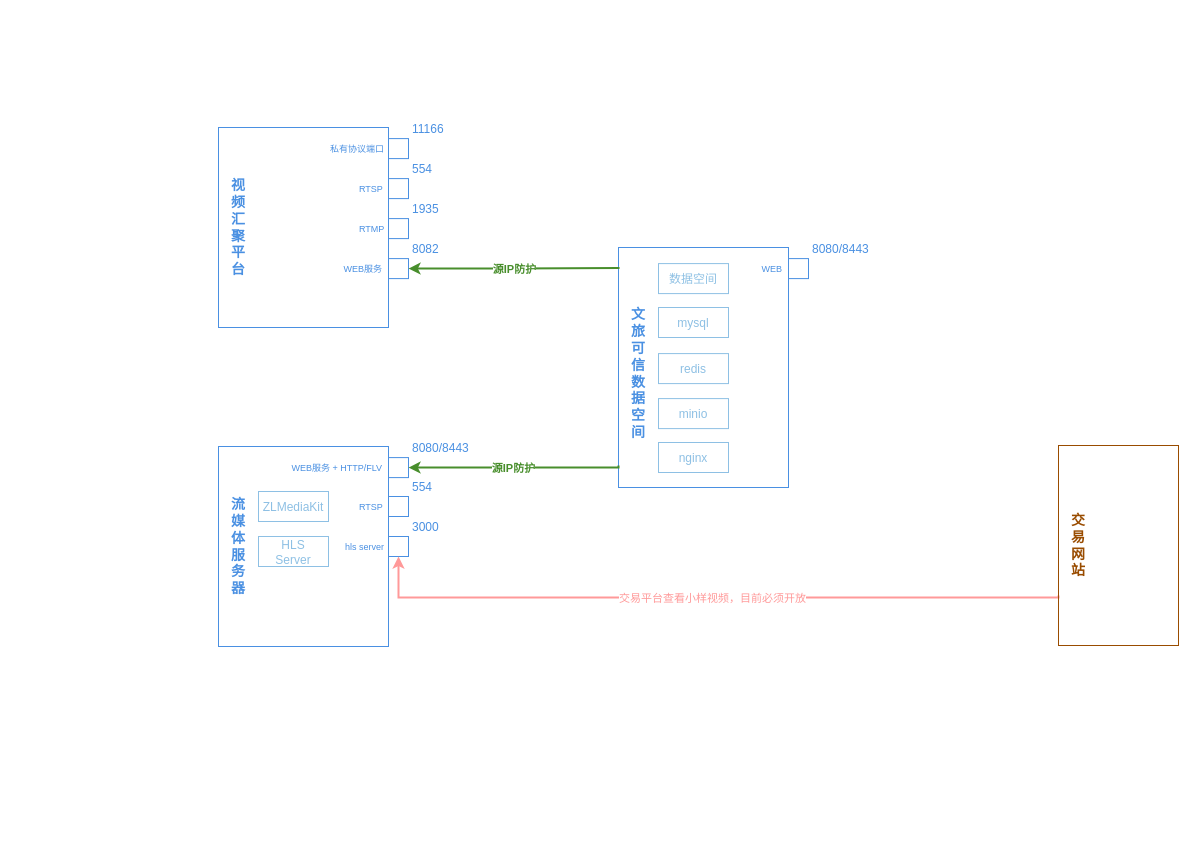
This is page "新版文旅可信数据空间部署拓扑" (3 of 3) of dhp/culture.and.tourism.drawio from wenhulove333/opendhp, a draw.io file, before an edit. Source tidied: cells renumbered, new cells numbered last; positions are measured from the earlier drawing's top-left corner, leaving out a move shared by most shapes. Both pictures are drawn from the tidied source at 100%, with x=0, y=0 at pixel (218, 127).
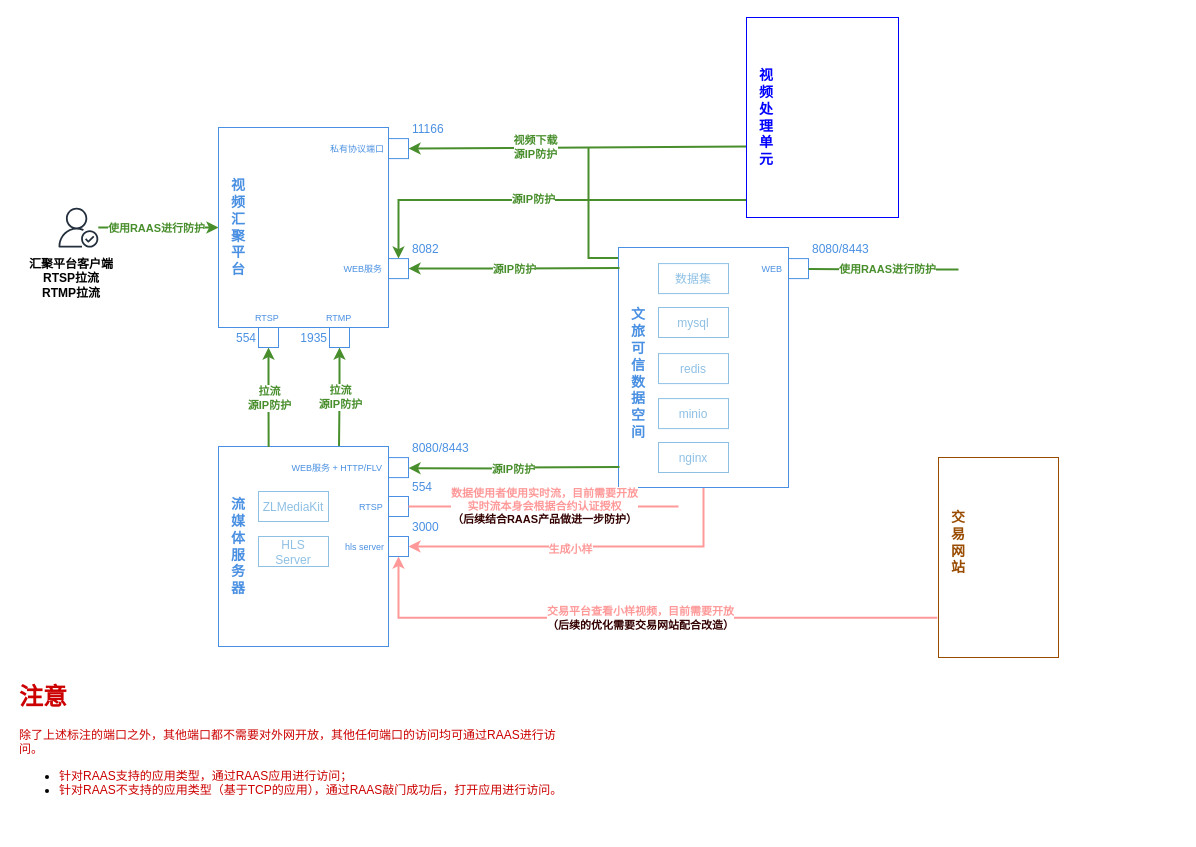
The same diagram, later.

Unchanged cells that the change refers to:
```xml
<mxCell id="2" style="rounded=0;whiteSpace=wrap;html=1;fillColor=none;strokeColor=#4A90E2;" parent="1" vertex="1">
  <mxGeometry width="170" height="200" as="geometry" />
</mxCell>
<mxCell id="4" value="11166" style="fontStyle=0;labelPosition=right;verticalLabelPosition=top;align=left;verticalAlign=bottom;spacingLeft=2;strokeColor=#4A90E2;fontColor=#4A90E2;" parent="1" vertex="1">
  <mxGeometry x="170" y="11.1" width="20" height="20" as="geometry" />
</mxCell>
<mxCell id="10" value="8082" style="fontStyle=0;labelPosition=right;verticalLabelPosition=top;align=left;verticalAlign=bottom;spacingLeft=2;strokeColor=#4A90E2;fontColor=#4A90E2;" parent="1" vertex="1">
  <mxGeometry x="170" y="131.1" width="20" height="20" as="geometry" />
</mxCell>
<mxCell id="12" style="rounded=0;whiteSpace=wrap;html=1;fillColor=none;strokeColor=#4A90E2;" parent="1" vertex="1">
  <mxGeometry y="319" width="170" height="200" as="geometry" />
</mxCell>
<mxCell id="14" value="8080/8443" style="fontStyle=0;labelPosition=right;verticalLabelPosition=top;align=left;verticalAlign=bottom;spacingLeft=2;strokeColor=#4A90E2;fontColor=#4A90E2;" parent="1" vertex="1">
  <mxGeometry x="170" y="330.1" width="20" height="20" as="geometry" />
</mxCell>
<mxCell id="16" value="554" style="fontStyle=0;labelPosition=right;verticalLabelPosition=top;align=left;verticalAlign=bottom;spacingLeft=2;strokeColor=#4A90E2;fontColor=#4A90E2;" parent="1" vertex="1">
  <mxGeometry x="170" y="369" width="20" height="20" as="geometry" />
</mxCell>
<mxCell id="18" style="rounded=0;whiteSpace=wrap;html=1;fillColor=none;strokeColor=#4A90E2;" parent="1" vertex="1">
  <mxGeometry x="400" y="120" width="170" height="240" as="geometry" />
</mxCell>
<mxCell id="22" value="3000" style="fontStyle=0;labelPosition=right;verticalLabelPosition=top;align=left;verticalAlign=bottom;spacingLeft=2;strokeColor=#4A90E2;fontColor=#4A90E2;" parent="1" vertex="1">
  <mxGeometry x="170" y="409" width="20" height="20" as="geometry" />
</mxCell>
<mxCell id="33" style="group;" parent="32" vertex="1">
  <mxGeometry width="70" height="30" as="geometry" />
</mxCell>
```

What changed in the source:
```diff
@@
-    <mxCell id="6" value="554" style="fontStyle=0;labelPosition=right;verticalLabelPosition=top;align=left;verticalAlign=bottom;spacingLeft=2;strokeColor=#4A90E2;fontColor=#4A90E2;" parent="1" vertex="1">
-      <mxGeometry x="170" y="51.1" width="20" height="20" as="geometry" />
+    <mxCell id="6" value="554" style="fontStyle=0;labelPosition=left;verticalLabelPosition=middle;align=right;verticalAlign=middle;spacingLeft=2;strokeColor=#4A90E2;fontColor=#4A90E2;" parent="1" vertex="1">
+      <mxGeometry x="40" y="200" width="20" height="20" as="geometry" />
     </mxCell>
-    <mxCell id="7" value="1935" style="fontStyle=0;labelPosition=right;verticalLabelPosition=top;align=left;verticalAlign=bottom;spacingLeft=2;strokeColor=#4A90E2;fontColor=#4A90E2;" parent="1" vertex="1">
-      <mxGeometry x="170" y="91.1" width="20" height="20" as="geometry" />
+    <mxCell id="7" value="1935" style="fontStyle=0;labelPosition=left;verticalLabelPosition=middle;align=right;verticalAlign=middle;spacingLeft=2;strokeColor=#4A90E2;fontColor=#4A90E2;" parent="1" vertex="1">
+      <mxGeometry x="111" y="200" width="20" height="20" as="geometry" />
     </mxCell>
     <mxCell id="8" value="&lt;font style=&quot;font-size: 9px; color: rgb(74, 144, 226);&quot;&gt;RTSP&lt;/font&gt;" style="text;html=1;align=left;verticalAlign=middle;whiteSpace=wrap;rounded=0;" parent="1" vertex="1">
-      <mxGeometry x="139" y="56.1" width="30" height="10" as="geometry" />
+      <mxGeometry x="35" y="184.9" width="30" height="10" as="geometry" />
     </mxCell>
     <mxCell id="9" value="&lt;font style=&quot;font-size: 9px; color: rgb(74, 144, 226);&quot;&gt;RTMP&lt;/font&gt;" style="text;html=1;align=left;verticalAlign=middle;whiteSpace=wrap;rounded=0;" parent="1" vertex="1">
-      <mxGeometry x="139" y="96.1" width="30" height="10" as="geometry" />
+      <mxGeometry x="106" y="184.9" width="30" height="10" as="geometry" />
     </mxCell>
@@
+    <mxCell id="60" style="edgeStyle=orthogonalEdgeStyle;rounded=0;jettySize=auto;html=1;exitX=-0.001;exitY=0.044;exitDx=0;exitDy=0;exitPerimeter=0;endArrow=none;endFill=0;strokeWidth=2;strokeColor=#488E2C;" parent="1" edge="1" source="18">
+      <mxGeometry relative="1" as="geometry">
+        <mxPoint x="370" y="20" as="targetPoint" />
+        <Array as="points">
+          <mxPoint x="370" y="131" />
+        </Array>
+      </mxGeometry>
+    </mxCell>
+    <mxCell id="61" style="edgeStyle=orthogonalEdgeStyle;rounded=0;jettySize=auto;html=1;exitX=0.5;exitY=1;exitDx=0;exitDy=0;entryX=1;entryY=0.5;entryDx=0;entryDy=0;strokeWidth=2;strokeColor=#FF9999;" parent="1" edge="1" source="18" target="22">
+      <mxGeometry relative="1" as="geometry" />
+    </mxCell>
+    <mxCell id="62" value="&lt;b&gt;&lt;font style=&quot;color: rgb(255, 153, 153);&quot;&gt;生成小样&lt;/font&gt;&lt;/b&gt;" style="edgeLabel;html=1;align=center;verticalAlign=middle;" parent="61" vertex="1">
+      <mxGeometry x="0.09" y="2" relative="1" as="geometry" />
+    </mxCell>
@@
-    <mxCell id="35" value="&lt;font color=&quot;#8ec0e4&quot;&gt;数据空间&lt;/font&gt;" style="text;html=1;align=center;verticalAlign=middle;whiteSpace=wrap;rounded=0;" parent="33" vertex="1">
+    <mxCell id="35" value="&lt;font color=&quot;#8ec0e4&quot;&gt;数据集&lt;/font&gt;" style="text;html=1;align=center;verticalAlign=middle;whiteSpace=wrap;rounded=0;" parent="33" vertex="1">
       <mxGeometry x="7.9" y="6" width="54.3" height="19.5" as="geometry" />
     </mxCell>
@@
-    <mxCell id="52" style="edgeStyle=orthogonalEdgeStyle;rounded=0;jettySize=auto;html=1;exitX=1;exitY=0.5;exitDx=0;exitDy=0;strokeColor=#488E2C;strokeWidth=2;startArrow=classic;startFill=1;endArrow=none;endFill=0;" parent="1" edge="1" source="14">
-      <mxGeometry relative="1" as="geometry">
-        <mxPoint x="400" y="340" as="targetPoint" />
-        <Array as="points">
-          <mxPoint x="400" y="340" />
-          <mxPoint x="400" y="338" />
-        </Array>
-      </mxGeometry>
-    </mxCell>
-    <mxCell id="53" value="&lt;font style=&quot;color: rgb(72, 142, 44);&quot;&gt;&lt;b&gt;源IP防护&lt;/b&gt;&lt;/font&gt;" style="edgeLabel;html=1;align=center;verticalAlign=middle;" parent="52" vertex="1">
-      <mxGeometry x="-0.03" relative="1" as="geometry" />
-    </mxCell>
-    <mxCell id="54" style="edgeStyle=orthogonalEdgeStyle;rounded=0;jettySize=auto;html=1;exitX=0;exitY=0.75;exitDx=0;exitDy=0;entryX=0.5;entryY=1;entryDx=0;entryDy=0;strokeColor=#FF9999;strokeWidth=2;" parent="1" edge="1" source="56" target="22">
+    <mxCell id="54" style="edgeStyle=orthogonalEdgeStyle;rounded=0;jettySize=auto;html=1;exitX=-0.01;exitY=0.801;exitDx=0;exitDy=0;entryX=0.5;entryY=1;entryDx=0;entryDy=0;strokeColor=#FF9999;strokeWidth=2;exitPerimeter=0;" parent="1" edge="1" source="56" target="22">
       <mxGeometry relative="1" as="geometry">
         <Array as="points">
-          <mxPoint x="840" y="470" />
-          <mxPoint x="180" y="470" />
+          <mxPoint x="180" y="490" />
         </Array>
       </mxGeometry>
     </mxCell>
-    <mxCell id="55" value="&lt;font style=&quot;color: rgb(255, 153, 153);&quot;&gt;交易平台查看小样视频，目前必须开放&lt;/font&gt;" style="edgeLabel;html=1;align=center;verticalAlign=middle;" parent="54" vertex="1">
+    <mxCell id="55" value="&lt;font style=&quot;color: rgb(255, 153, 153);&quot;&gt;&lt;b&gt;交易平台查看小样视频，目前需要开放&lt;/b&gt;&lt;/font&gt;&lt;div&gt;&lt;font&gt;&lt;b style=&quot;&quot;&gt;&lt;font style=&quot;color: rgb(51, 0, 0);&quot;&gt;（后续的优化需要交易网站配合改造）&lt;/font&gt;&lt;/b&gt;&lt;/font&gt;&lt;/div&gt;" style="edgeLabel;html=1;align=center;verticalAlign=middle;" parent="54" vertex="1">
       <mxGeometry x="-0.01" relative="1" as="geometry" />
     </mxCell>
     <mxCell id="56" style="rounded=0;whiteSpace=wrap;html=1;fillColor=none;strokeColor=#994C00;" parent="1" vertex="1">
-      <mxGeometry x="840" y="318" width="120" height="200" as="geometry" />
+      <mxGeometry x="720" y="330" width="120" height="200" as="geometry" />
     </mxCell>
     <mxCell id="57" value="&lt;font style=&quot;color: rgb(153, 76, 0);&quot;&gt;&lt;span style=&quot;font-size: 14px;&quot;&gt;&lt;b style=&quot;&quot;&gt;交易网站&lt;/b&gt;&lt;/span&gt;&lt;/font&gt;" style="text;html=1;align=center;verticalAlign=middle;whiteSpace=wrap;rounded=0;" parent="1" vertex="1">
-      <mxGeometry x="850" y="329.1" width="20" height="177.8" as="geometry" />
+      <mxGeometry x="730" y="326.1" width="20" height="177.8" as="geometry" />
     </mxCell>
@@
+    <mxCell id="63" style="edgeStyle=orthogonalEdgeStyle;rounded=0;orthogonalLoop=1;jettySize=auto;html=1;exitX=1;exitY=0.5;exitDx=0;exitDy=0;entryX=0.006;entryY=0.085;entryDx=0;entryDy=0;entryPerimeter=0;strokeWidth=2;endArrow=none;endFill=0;startArrow=classic;startFill=1;strokeColor=#488E2C;" parent="1" edge="1">
+      <mxGeometry relative="1" as="geometry">
+        <mxPoint x="190" y="340.6" as="sourcePoint" />
+        <mxPoint x="401" y="339.6" as="targetPoint" />
+      </mxGeometry>
+    </mxCell>
+    <mxCell id="64" value="&lt;b&gt;&lt;font style=&quot;color: rgb(72, 142, 44);&quot;&gt;源IP防护&lt;/font&gt;&lt;/b&gt;" style="edgeLabel;html=1;align=center;verticalAlign=middle;" parent="63" vertex="1">
+      <mxGeometry x="-0.01" relative="1" as="geometry" />
+    </mxCell>
+    <mxCell id="65" style="edgeStyle=orthogonalEdgeStyle;rounded=0;jettySize=auto;html=1;exitX=0.5;exitY=1;exitDx=0;exitDy=0;entryX=0.295;entryY=0.002;entryDx=0;entryDy=0;entryPerimeter=0;startArrow=classic;startFill=1;endArrow=none;endFill=0;strokeWidth=2;strokeColor=#488E2C;" parent="1" edge="1" source="6" target="12">
+      <mxGeometry relative="1" as="geometry" />
+    </mxCell>
+    <mxCell id="66" value="&lt;font style=&quot;color: rgb(72, 142, 44);&quot;&gt;&lt;b&gt;拉流&lt;/b&gt;&lt;/font&gt;&lt;div&gt;&lt;font style=&quot;color: rgb(72, 142, 44);&quot;&gt;&lt;b&gt;源IP防护&lt;/b&gt;&lt;/font&gt;&lt;/div&gt;" style="edgeLabel;html=1;align=center;verticalAlign=middle;" parent="65" vertex="1">
+      <mxGeometry x="0.02" relative="1" as="geometry" />
+    </mxCell>
+    <mxCell id="67" style="edgeStyle=orthogonalEdgeStyle;rounded=0;jettySize=auto;html=1;exitX=0.5;exitY=1;exitDx=0;exitDy=0;entryX=0.709;entryY=-0.002;entryDx=0;entryDy=0;entryPerimeter=0;startArrow=classic;startFill=1;endArrow=none;endFill=0;strokeWidth=2;strokeColor=#488E2C;" parent="1" edge="1" source="7" target="12">
+      <mxGeometry relative="1" as="geometry" />
+    </mxCell>
+    <mxCell id="68" value="&lt;font style=&quot;color: rgb(72, 142, 44);&quot;&gt;&lt;b&gt;拉流&lt;/b&gt;&lt;/font&gt;&lt;div&gt;&lt;font style=&quot;color: rgb(72, 142, 44);&quot;&gt;&lt;b&gt;源IP防护&lt;/b&gt;&lt;/font&gt;&lt;/div&gt;" style="edgeLabel;html=1;align=center;verticalAlign=middle;" parent="67" vertex="1">
+      <mxGeometry x="-0.01" relative="1" as="geometry" />
+    </mxCell>
+    <mxCell id="69" style="endArrow=none;html=1;rounded=0;exitX=1;exitY=0.5;exitDx=0;exitDy=0;strokeColor=#FF9999;fontStyle=1;strokeWidth=2;" parent="1" edge="1" source="16">
+      <mxGeometry relative="1" as="geometry">
+        <mxPoint x="460" y="379" as="targetPoint" />
+      </mxGeometry>
+    </mxCell>
+    <mxCell id="70" value="&lt;font style=&quot;color: rgb(255, 153, 153);&quot;&gt;&lt;b&gt;数据使用者使用实时流，目前需要开放&lt;/b&gt;&lt;/font&gt;&lt;div&gt;&lt;font color=&quot;#ff9999&quot;&gt;&lt;b&gt;实时流本身会根据合约认证授权&lt;br&gt;&lt;/b&gt;&lt;/font&gt;&lt;div&gt;&lt;font&gt;&lt;b style=&quot;&quot;&gt;&lt;font style=&quot;color: rgb(51, 0, 0);&quot;&gt;（后续结合RAAS产品做进一步防护）&lt;/font&gt;&lt;/b&gt;&lt;/font&gt;&lt;/div&gt;&lt;/div&gt;" style="edgeLabel;html=1;align=center;verticalAlign=middle;" parent="69" vertex="1">
+      <mxGeometry x="-0.4" y="1" relative="1" as="geometry">
+        <mxPoint x="54" as="offset" />
+      </mxGeometry>
+    </mxCell>
+    <mxCell id="71" style="endArrow=none;html=1;rounded=0;exitX=1;exitY=0.5;exitDx=0;exitDy=0;entryX=-0.002;entryY=0.645;entryDx=0;entryDy=0;entryPerimeter=0;strokeWidth=2;strokeColor=#488E2C;startArrow=classic;startFill=1;" parent="1" edge="1" source="4" target="74">
+      <mxGeometry relative="1" as="geometry" />
+    </mxCell>
+    <mxCell id="72" value="&lt;b&gt;&lt;font style=&quot;color: rgb(72, 142, 44);&quot;&gt;视频下载&lt;/font&gt;&lt;/b&gt;&lt;div&gt;&lt;b&gt;&lt;font style=&quot;color: rgb(72, 142, 44);&quot;&gt;源IP防护&lt;/font&gt;&lt;/b&gt;&lt;/div&gt;" style="edgeLabel;html=1;align=center;verticalAlign=middle;" parent="71" vertex="1">
+      <mxGeometry x="0.24" relative="1" as="geometry">
+        <mxPoint x="-82" as="offset" />
+      </mxGeometry>
+    </mxCell>
+    <mxCell id="73" style="edgeStyle=orthogonalEdgeStyle;rounded=0;jettySize=auto;html=1;exitX=0.002;exitY=0.913;exitDx=0;exitDy=0;entryX=0.5;entryY=0;entryDx=0;entryDy=0;exitPerimeter=0;strokeColor=#488E2C;strokeWidth=2;" parent="1" edge="1" source="74" target="10">
+      <mxGeometry relative="1" as="geometry">
+        <Array as="points">
+          <mxPoint x="180" y="73" />
+        </Array>
+      </mxGeometry>
+    </mxCell>
+    <mxCell id="53" value="&lt;font style=&quot;color: rgb(72, 142, 44);&quot;&gt;&lt;b&gt;源IP防护&lt;/b&gt;&lt;/font&gt;" style="edgeLabel;html=1;align=center;verticalAlign=middle;" parent="73" vertex="1">
+      <mxGeometry x="-0.05" y="-1" relative="1" as="geometry">
+        <mxPoint x="-21" as="offset" />
+      </mxGeometry>
+    </mxCell>
+    <mxCell id="74" style="rounded=0;whiteSpace=wrap;html=1;fillColor=none;strokeColor=#0000FF;" parent="1" vertex="1">
+      <mxGeometry x="528" y="-110" width="152" height="200" as="geometry" />
+    </mxCell>
+    <mxCell id="75" value="&lt;font style=&quot;color: rgb(0, 0, 255);&quot;&gt;&lt;span style=&quot;font-size: 14px;&quot;&gt;&lt;b style=&quot;&quot;&gt;视频处理单元&lt;/b&gt;&lt;/span&gt;&lt;/font&gt;" style="text;html=1;align=center;verticalAlign=middle;whiteSpace=wrap;rounded=0;" parent="1" vertex="1">
+      <mxGeometry x="538" y="-98.9" width="20" height="177.8" as="geometry" />
+    </mxCell>
+    <mxCell id="76" style="edgeStyle=orthogonalEdgeStyle;rounded=0;orthogonalLoop=1;jettySize=auto;html=1;exitX=1;exitY=0.5;exitDx=0;exitDy=0;strokeWidth=2;endArrow=none;endFill=0;startArrow=none;startFill=0;strokeColor=#488E2C;" parent="1" edge="1">
+      <mxGeometry relative="1" as="geometry">
+        <mxPoint x="590" y="141.6" as="sourcePoint" />
+        <mxPoint x="740" y="142" as="targetPoint" />
+      </mxGeometry>
+    </mxCell>
+    <mxCell id="77" value="&lt;font color=&quot;#488e2c&quot;&gt;&lt;b&gt;使用RAAS进行防护&lt;/b&gt;&lt;/font&gt;" style="edgeLabel;html=1;align=center;verticalAlign=middle;" parent="76" vertex="1">
+      <mxGeometry x="-0.01" relative="1" as="geometry">
+        <mxPoint x="5" y="-1" as="offset" />
+      </mxGeometry>
+    </mxCell>
+    <mxCell id="78" style="edgeStyle=orthogonalEdgeStyle;rounded=0;jettySize=auto;html=1;entryX=0;entryY=0.5;entryDx=0;entryDy=0;strokeColor=#488E2C;strokeWidth=2;" parent="1" edge="1" source="80" target="2">
+      <mxGeometry relative="1" as="geometry" />
+    </mxCell>
+    <mxCell id="79" value="&lt;b&gt;&lt;font style=&quot;color: rgb(72, 142, 44);&quot;&gt;使用RAAS进行防护&lt;/font&gt;&lt;/b&gt;" style="edgeLabel;html=1;align=center;verticalAlign=middle;" parent="78" vertex="1">
+      <mxGeometry x="-0.26" relative="1" as="geometry">
+        <mxPoint x="13" as="offset" />
+      </mxGeometry>
+    </mxCell>
+    <mxCell id="80" style="sketch=0;outlineConnect=0;fontColor=#232F3E;gradientColor=none;fillColor=#232F3D;strokeColor=none;dashed=0;verticalLabelPosition=bottom;verticalAlign=top;align=center;html=1;fontSize=12;fontStyle=0;shape=mxgraph.aws4.authenticated_user;" parent="1" vertex="1">
+      <mxGeometry x="-160" y="80.2" width="39.8" height="39.8" as="geometry" />
+    </mxCell>
+    <mxCell id="81" value="&lt;b&gt;汇聚平台客户端&lt;/b&gt;&lt;div&gt;&lt;b&gt;RTSP拉流&lt;/b&gt;&lt;/div&gt;&lt;div&gt;&lt;b&gt;RTMP拉流&lt;/b&gt;&lt;/div&gt;" style="text;html=1;align=center;verticalAlign=middle;whiteSpace=wrap;rounded=0;" parent="1" vertex="1">
+      <mxGeometry x="-197" y="136.1" width="100" height="30" as="geometry" />
+    </mxCell>
+    <mxCell id="82" value="&lt;h1 style=&quot;margin-top: 0px;&quot;&gt;&lt;font style=&quot;color: rgb(204, 0, 0);&quot;&gt;注意&lt;/font&gt;&lt;/h1&gt;&lt;p&gt;&lt;font style=&quot;color: rgb(204, 0, 0);&quot;&gt;除了上述标注的端口之外，其他端口都不需要对外网开放，其他任何端口的访问均可通过RAAS进行访问。&lt;/font&gt;&lt;/p&gt;&lt;p&gt;&lt;/p&gt;&lt;ul&gt;&lt;li&gt;&lt;font style=&quot;color: rgb(204, 0, 0);&quot;&gt;针对RAAS支持的应用类型，通过RAAS应用进行访问；&lt;/font&gt;&lt;/li&gt;&lt;li&gt;&lt;font style=&quot;color: rgb(204, 0, 0);&quot;&gt;针对RAAS不支持的应用类型（基于TCP的应用），通过RAAS敲门成功后，打开应用进行访问。&lt;/font&gt;&lt;/li&gt;&lt;/ul&gt;&lt;p&gt;&lt;/p&gt;" style="text;html=1;whiteSpace=wrap;overflow=hidden;rounded=0;" parent="1" vertex="1">
+      <mxGeometry x="-201.2" y="549" width="561.2" height="150" as="geometry" />
+    </mxCell>
```
